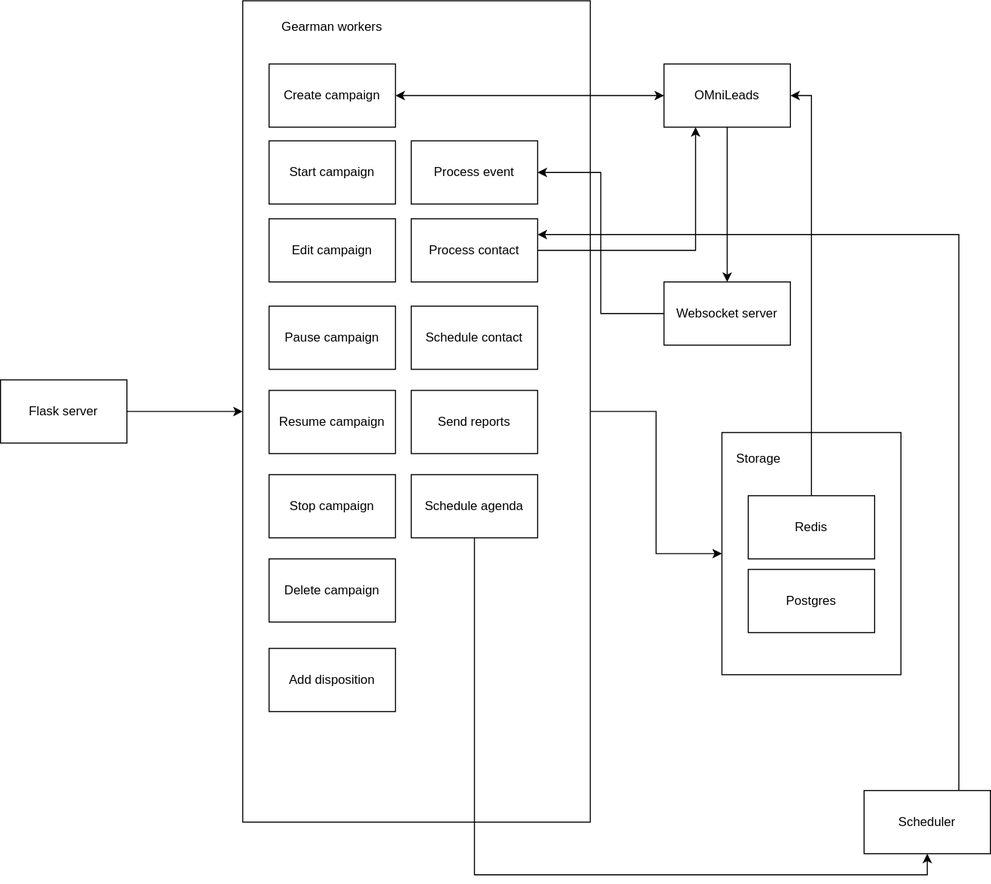
Earlier version of the draw.io export images/omnidialer-arquitecture.svg (Freetech-Solutions/omlnginx). Source tidied: cells renumbered, new cells last; positions are measured from the earlier drawing's top-left corner, leaving out a move shared by most shapes.
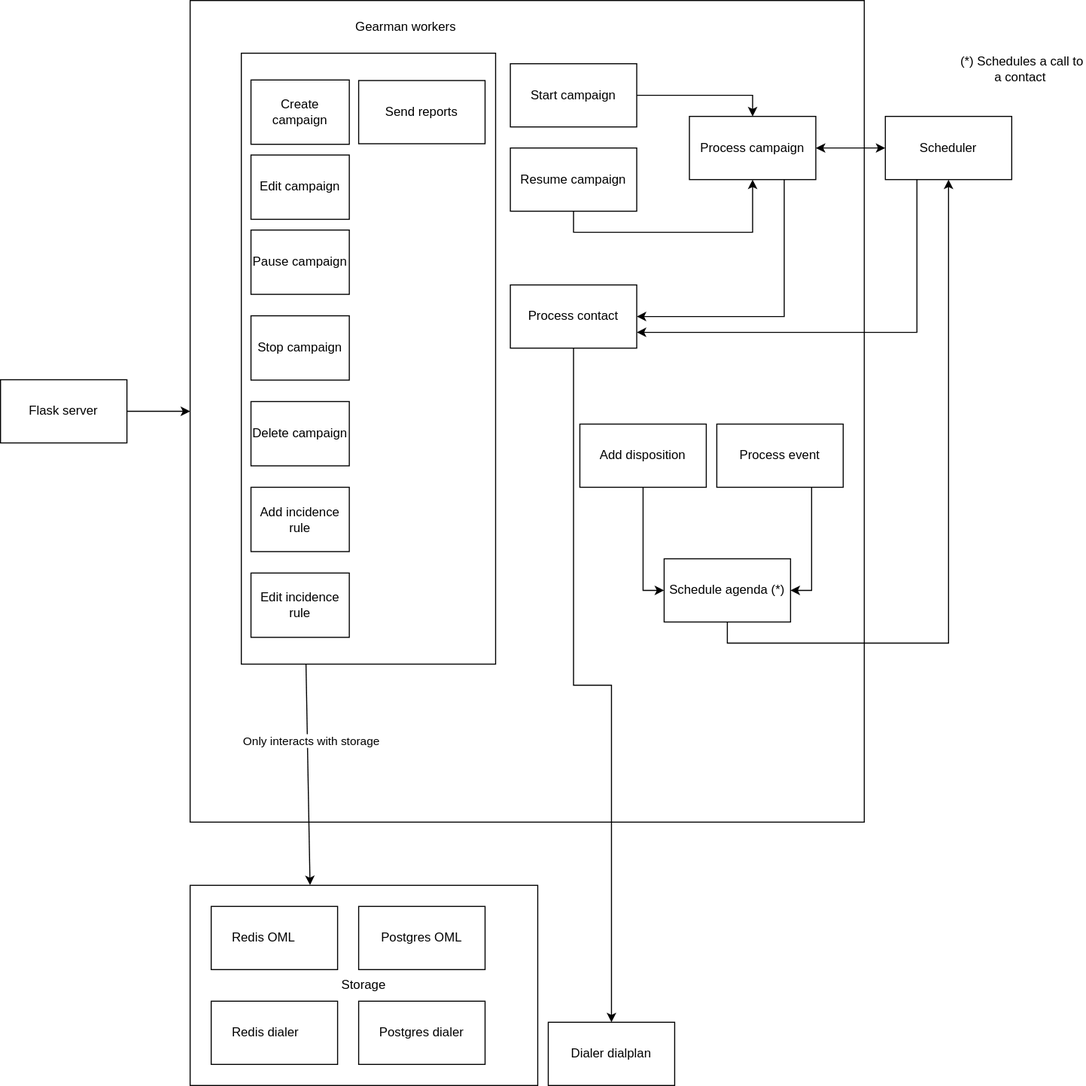
After the commit.

Diff of the diagram source:
```diff
@@ -2,101 +2,131 @@
   <root>
     <mxCell id="0" />
     <mxCell id="1" parent="0" />
-    <mxCell id="2" style="rounded=0;whiteSpace=wrap;html=1;" parent="1" vertex="1">
-      <mxGeometry x="685" y="410" width="170" height="230" as="geometry" />
-    </mxCell>
-    <mxCell id="3" style="edgeStyle=orthogonalEdgeStyle;rounded=0;jettySize=auto;html=1;entryX=0;entryY=0.5;entryDx=0;entryDy=0;" parent="1" edge="1" source="4" target="2">
-      <mxGeometry relative="1" as="geometry" />
-    </mxCell>
     <mxCell id="4" style="rounded=0;whiteSpace=wrap;html=1;" parent="1" vertex="1">
-      <mxGeometry x="230" width="330" height="780" as="geometry" />
+      <mxGeometry x="110" width="640" height="780" as="geometry" />
     </mxCell>
     <mxCell id="5" style="edgeStyle=orthogonalEdgeStyle;rounded=0;jettySize=auto;html=1;entryX=0;entryY=0.5;entryDx=0;entryDy=0;" parent="1" edge="1" source="6" target="4">
       <mxGeometry relative="1" as="geometry" />
     </mxCell>
     <mxCell id="6" value="Flask server" style="rounded=0;whiteSpace=wrap;html=1;" parent="1" vertex="1">
-      <mxGeometry y="360" width="120" height="60" as="geometry" />
+      <mxGeometry x="-70" y="360" width="120" height="60" as="geometry" />
     </mxCell>
+    <mxCell id="8" value="Gearman workers" style="text;html=1;align=center;verticalAlign=middle;whiteSpace=wrap;rounded=0;" parent="1" vertex="1">
+      <mxGeometry x="260" y="10" width="110" height="30" as="geometry" />
+    </mxCell>
+    <mxCell id="34" style="edgeStyle=orthogonalEdgeStyle;rounded=0;jettySize=auto;html=1;entryX=0.5;entryY=0;entryDx=0;entryDy=0;" parent="1" edge="1" source="9" target="46">
+      <mxGeometry relative="1" as="geometry" />
+    </mxCell>
+    <mxCell id="9" value="Start campaign" style="rounded=0;whiteSpace=wrap;html=1;" parent="1" vertex="1">
+      <mxGeometry x="414" y="60" width="120" height="60" as="geometry" />
+    </mxCell>
+    <mxCell id="35" style="edgeStyle=orthogonalEdgeStyle;rounded=0;jettySize=auto;html=1;exitX=0.5;exitY=1;exitDx=0;exitDy=0;entryX=0.5;entryY=1;entryDx=0;entryDy=0;" parent="1" edge="1" source="12" target="46">
+      <mxGeometry relative="1" as="geometry" />
+    </mxCell>
+    <mxCell id="12" value="Resume campaign" style="rounded=0;whiteSpace=wrap;html=1;" parent="1" vertex="1">
+      <mxGeometry x="414" y="140" width="120" height="60" as="geometry" />
+    </mxCell>
+    <mxCell id="36" style="edgeStyle=orthogonalEdgeStyle;rounded=0;jettySize=auto;html=1;entryX=0;entryY=0.5;entryDx=0;entryDy=0;" parent="1" edge="1" source="15" target="31">
+      <mxGeometry relative="1" as="geometry" />
+    </mxCell>
+    <mxCell id="15" value="Add disposition" style="rounded=0;whiteSpace=wrap;html=1;" parent="1" vertex="1">
+      <mxGeometry x="480" y="402.1" width="120" height="60" as="geometry" />
+    </mxCell>
+    <mxCell id="37" style="edgeStyle=orthogonalEdgeStyle;rounded=0;jettySize=auto;html=1;entryX=1;entryY=0.5;entryDx=0;entryDy=0;" parent="1" edge="1" source="24" target="31">
+      <mxGeometry relative="1" as="geometry">
+        <Array as="points">
+          <mxPoint x="700" y="560" />
+        </Array>
+      </mxGeometry>
+    </mxCell>
+    <mxCell id="24" value="Process event" style="rounded=0;whiteSpace=wrap;html=1;" parent="1" vertex="1">
+      <mxGeometry x="610" y="402.1" width="120" height="60" as="geometry" />
+    </mxCell>
+    <mxCell id="38" style="edgeStyle=orthogonalEdgeStyle;rounded=0;jettySize=auto;html=1;" parent="1" edge="1" source="26" target="44">
+      <mxGeometry relative="1" as="geometry" />
+    </mxCell>
+    <mxCell id="26" value="Process contact" style="rounded=0;whiteSpace=wrap;html=1;" parent="1" vertex="1">
+      <mxGeometry x="414" y="270" width="120" height="60" as="geometry" />
+    </mxCell>
+    <mxCell id="30" style="edgeStyle=orthogonalEdgeStyle;rounded=0;jettySize=auto;html=1;exitX=0.5;exitY=1;exitDx=0;exitDy=0;entryX=0.5;entryY=1;entryDx=0;entryDy=0;" parent="1" edge="1" source="31" target="33">
+      <mxGeometry relative="1" as="geometry" />
+    </mxCell>
+    <mxCell id="31" value="Schedule agenda (*)" style="rounded=0;whiteSpace=wrap;html=1;" parent="1" vertex="1">
+      <mxGeometry x="560" y="530" width="120" height="60" as="geometry" />
+    </mxCell>
+    <mxCell id="39" style="group;" parent="1" vertex="1">
+      <mxGeometry x="110" y="840" width="330" height="190" as="geometry" />
+    </mxCell>
+    <mxCell id="29" value="Storage" style="rounded=0;whiteSpace=wrap;html=1;" parent="39" vertex="1">
+      <mxGeometry width="330" height="190" as="geometry" />
+    </mxCell>
+    <mxCell id="40" value="Postgres dialer" style="rounded=0;whiteSpace=wrap;html=1;" parent="39" vertex="1">
+      <mxGeometry x="160" y="110" width="120" height="60" as="geometry" />
+    </mxCell>
+    <mxCell id="41" value="Redis dialer&lt;span style=&quot;white-space: pre;&quot;&gt;&#9;&lt;/span&gt;" style="rounded=0;whiteSpace=wrap;html=1;" parent="39" vertex="1">
+      <mxGeometry x="20" y="110" width="120" height="60" as="geometry" />
+    </mxCell>
+    <mxCell id="42" value="Redis OML&lt;span style=&quot;white-space: pre;&quot;&gt;&#9;&lt;/span&gt;" style="rounded=0;whiteSpace=wrap;html=1;" parent="39" vertex="1">
+      <mxGeometry x="20" y="20" width="120" height="60" as="geometry" />
+    </mxCell>
+    <mxCell id="43" value="Postgres OML" style="rounded=0;whiteSpace=wrap;html=1;" parent="39" vertex="1">
+      <mxGeometry x="160" y="20" width="120" height="60" as="geometry" />
+    </mxCell>
+    <mxCell id="44" value="Dialer dialplan" style="rounded=0;whiteSpace=wrap;html=1;" parent="1" vertex="1">
+      <mxGeometry x="450" y="970" width="120" height="60" as="geometry" />
+    </mxCell>
+    <mxCell id="32" style="edgeStyle=orthogonalEdgeStyle;rounded=0;jettySize=auto;html=1;exitX=0.25;exitY=1;exitDx=0;exitDy=0;entryX=1;entryY=0.75;entryDx=0;entryDy=0;" parent="1" edge="1" source="33" target="26">
+      <mxGeometry relative="1" as="geometry" />
+    </mxCell>
+    <mxCell id="33" value="Scheduler" style="rounded=0;whiteSpace=wrap;html=1;" parent="1" vertex="1">
+      <mxGeometry x="770" y="110" width="120" height="60" as="geometry" />
+    </mxCell>
+    <mxCell id="45" style="edgeStyle=orthogonalEdgeStyle;rounded=0;jettySize=auto;html=1;exitX=0.75;exitY=1;exitDx=0;exitDy=0;entryX=1;entryY=0.5;entryDx=0;entryDy=0;" parent="1" edge="1" source="46" target="26">
+      <mxGeometry relative="1" as="geometry" />
+    </mxCell>
+    <mxCell id="46" value="Process campaign" style="rounded=0;whiteSpace=wrap;html=1;" parent="1" vertex="1">
+      <mxGeometry x="584" y="110" width="120" height="60" as="geometry" />
+    </mxCell>
+    <mxCell id="47" value="(*) Schedules a call to a contact&amp;nbsp;" style="text;html=1;align=center;verticalAlign=middle;whiteSpace=wrap;rounded=0;" parent="1" vertex="1">
+      <mxGeometry x="840" y="40" width="120" height="50" as="geometry" />
+    </mxCell>
+    <mxCell id="48" style="endArrow=classic;startArrow=classic;html=1;rounded=0;entryX=1;entryY=0.5;entryDx=0;entryDy=0;exitX=0;exitY=0.5;exitDx=0;exitDy=0;" parent="1" edge="1" source="33" target="46">
+      <mxGeometry relative="1" as="geometry" />
+    </mxCell>
+    <mxCell id="49" style="endArrow=classic;html=1;rounded=0;entryX=0.345;entryY=-0.001;entryDx=0;entryDy=0;entryPerimeter=0;" parent="1" edge="1" target="29">
+      <mxGeometry relative="1" as="geometry">
+        <mxPoint x="220" y="630" as="sourcePoint" />
+      </mxGeometry>
+    </mxCell>
+    <mxCell id="50" value="Only interacts with storage" style="edgeLabel;html=1;align=center;verticalAlign=middle;" parent="49" vertex="1">
+      <mxGeometry x="-0.31" y="3" relative="1" as="geometry" />
+    </mxCell>
+    <mxCell id="51" style="rounded=0;whiteSpace=wrap;html=1;" parent="1" vertex="1">
+      <mxGeometry x="158.6" y="50" width="241.4" height="580" as="geometry" />
+    </mxCell>
     <mxCell id="7" value="Create campaign" style="rounded=0;whiteSpace=wrap;html=1;" parent="1" vertex="1">
-      <mxGeometry x="255" y="60" width="120" height="60" as="geometry" />
+      <mxGeometry x="167.8" y="75.4" width="93.3" height="61.1" as="geometry" />
     </mxCell>
-    <mxCell id="8" value="Gearman workers" style="text;html=1;align=center;verticalAlign=middle;whiteSpace=wrap;rounded=0;" parent="1" vertex="1">
-      <mxGeometry x="260" y="10" width="110" height="30" as="geometry" />
-    </mxCell>
-    <mxCell id="9" value="Start campaign" style="rounded=0;whiteSpace=wrap;html=1;" parent="1" vertex="1">
-      <mxGeometry x="255" y="133" width="120" height="60" as="geometry" />
-    </mxCell>
     <mxCell id="10" value="Edit campaign" style="rounded=0;whiteSpace=wrap;html=1;" parent="1" vertex="1">
-      <mxGeometry x="255" y="207" width="120" height="60" as="geometry" />
+      <mxGeometry x="167.8" y="146.7" width="93.3" height="61.1" as="geometry" />
     </mxCell>
     <mxCell id="11" value="Pause campaign" style="rounded=0;whiteSpace=wrap;html=1;" parent="1" vertex="1">
-      <mxGeometry x="255" y="290" width="120" height="60" as="geometry" />
+      <mxGeometry x="167.8" y="217.9" width="93.3" height="61.1" as="geometry" />
     </mxCell>
-    <mxCell id="12" value="Resume campaign" style="rounded=0;whiteSpace=wrap;html=1;" parent="1" vertex="1">
-      <mxGeometry x="255" y="370" width="120" height="60" as="geometry" />
-    </mxCell>
     <mxCell id="13" value="Stop campaign" style="rounded=0;whiteSpace=wrap;html=1;" parent="1" vertex="1">
-      <mxGeometry x="255" y="450" width="120" height="60" as="geometry" />
+      <mxGeometry x="167.8" y="299.3" width="93.3" height="61.1" as="geometry" />
     </mxCell>
     <mxCell id="14" value="Delete campaign" style="rounded=0;whiteSpace=wrap;html=1;" parent="1" vertex="1">
-      <mxGeometry x="255" y="530" width="120" height="60" as="geometry" />
+      <mxGeometry x="167.8" y="380.7" width="93.3" height="61.1" as="geometry" />
     </mxCell>
-    <mxCell id="15" value="Add disposition" style="rounded=0;whiteSpace=wrap;html=1;" parent="1" vertex="1">
-      <mxGeometry x="255" y="615" width="120" height="60" as="geometry" />
-    </mxCell>
-    <mxCell id="16" style="edgeStyle=orthogonalEdgeStyle;rounded=0;jettySize=auto;html=1;entryX=1;entryY=0.5;entryDx=0;entryDy=0;" parent="1" edge="1" source="17" target="24">
-      <mxGeometry relative="1" as="geometry" />
-    </mxCell>
-    <mxCell id="17" value="Websocket server" style="rounded=0;whiteSpace=wrap;html=1;" parent="1" vertex="1">
-      <mxGeometry x="630" y="267" width="120" height="60" as="geometry" />
-    </mxCell>
-    <mxCell id="18" style="edgeStyle=orthogonalEdgeStyle;rounded=0;jettySize=auto;html=1;" parent="1" edge="1" source="19" target="17">
-      <mxGeometry relative="1" as="geometry" />
-    </mxCell>
-    <mxCell id="19" value="OMniLeads" style="rounded=0;whiteSpace=wrap;html=1;" parent="1" vertex="1">
-      <mxGeometry x="630" y="60" width="120" height="60" as="geometry" />
-    </mxCell>
-    <mxCell id="20" style="endArrow=classic;startArrow=classic;html=1;rounded=0;exitX=1;exitY=0.5;exitDx=0;exitDy=0;" parent="1" edge="1" source="7" target="19">
-      <mxGeometry relative="1" as="geometry" />
-    </mxCell>
-    <mxCell id="21" value="Postgres" style="rounded=0;whiteSpace=wrap;html=1;" parent="1" vertex="1">
-      <mxGeometry x="710" y="540" width="120" height="60" as="geometry" />
-    </mxCell>
-    <mxCell id="22" style="edgeStyle=orthogonalEdgeStyle;rounded=0;jettySize=auto;html=1;entryX=1;entryY=0.5;entryDx=0;entryDy=0;" parent="1" edge="1" source="23" target="19">
-      <mxGeometry relative="1" as="geometry" />
-    </mxCell>
-    <mxCell id="23" value="Redis" style="rounded=0;whiteSpace=wrap;html=1;" parent="1" vertex="1">
-      <mxGeometry x="710" y="470" width="120" height="60" as="geometry" />
-    </mxCell>
-    <mxCell id="24" value="Process event" style="rounded=0;whiteSpace=wrap;html=1;" parent="1" vertex="1">
-      <mxGeometry x="390" y="133" width="120" height="60" as="geometry" />
-    </mxCell>
-    <mxCell id="25" style="edgeStyle=orthogonalEdgeStyle;rounded=0;jettySize=auto;html=1;entryX=0.25;entryY=1;entryDx=0;entryDy=0;" parent="1" edge="1" source="26" target="19">
-      <mxGeometry relative="1" as="geometry" />
-    </mxCell>
-    <mxCell id="26" value="Process contact" style="rounded=0;whiteSpace=wrap;html=1;" parent="1" vertex="1">
-      <mxGeometry x="390" y="207" width="120" height="60" as="geometry" />
-    </mxCell>
-    <mxCell id="27" value="Schedule contact" style="rounded=0;whiteSpace=wrap;html=1;" parent="1" vertex="1">
-      <mxGeometry x="390" y="290" width="120" height="60" as="geometry" />
-    </mxCell>
+    <mxCell id="52" value="Add incidence rule" style="rounded=0;whiteSpace=wrap;html=1;" parent="1" vertex="1">
+      <mxGeometry x="167.8" y="462.1" width="93.3" height="61.1" as="geometry" />
+    </mxCell>
+    <mxCell id="53" value="Edit incidence rule" style="rounded=0;whiteSpace=wrap;html=1;" parent="1" vertex="1">
+      <mxGeometry x="167.8" y="543.5" width="93.3" height="61.1" as="geometry" />
+    </mxCell>
     <mxCell id="28" value="Send reports" style="rounded=0;whiteSpace=wrap;html=1;" parent="1" vertex="1">
-      <mxGeometry x="390" y="370" width="120" height="60" as="geometry" />
+      <mxGeometry x="270" y="76" width="120" height="60" as="geometry" />
     </mxCell>
-    <mxCell id="29" value="Storage" style="text;html=1;align=center;verticalAlign=middle;whiteSpace=wrap;rounded=0;" parent="1" vertex="1">
-      <mxGeometry x="690" y="420" width="60" height="30" as="geometry" />
-    </mxCell>
-    <mxCell id="30" style="edgeStyle=orthogonalEdgeStyle;rounded=0;jettySize=auto;html=1;exitX=0.5;exitY=1;exitDx=0;exitDy=0;entryX=0.5;entryY=1;entryDx=0;entryDy=0;" parent="1" edge="1" source="31" target="33">
-      <mxGeometry relative="1" as="geometry" />
-    </mxCell>
-    <mxCell id="31" value="Schedule agenda" style="rounded=0;whiteSpace=wrap;html=1;" parent="1" vertex="1">
-      <mxGeometry x="390" y="450" width="120" height="60" as="geometry" />
-    </mxCell>
-    <mxCell id="32" style="edgeStyle=orthogonalEdgeStyle;rounded=0;jettySize=auto;html=1;exitX=0.75;exitY=0;exitDx=0;exitDy=0;entryX=1;entryY=0.25;entryDx=0;entryDy=0;" parent="1" edge="1" source="33" target="26">
-      <mxGeometry relative="1" as="geometry" />
-    </mxCell>
-    <mxCell id="33" value="Scheduler" style="rounded=0;whiteSpace=wrap;html=1;" parent="1" vertex="1">
-      <mxGeometry x="820" y="750" width="120" height="60" as="geometry" />
-    </mxCell>
   </root>
 </mxGraphModel>
```
